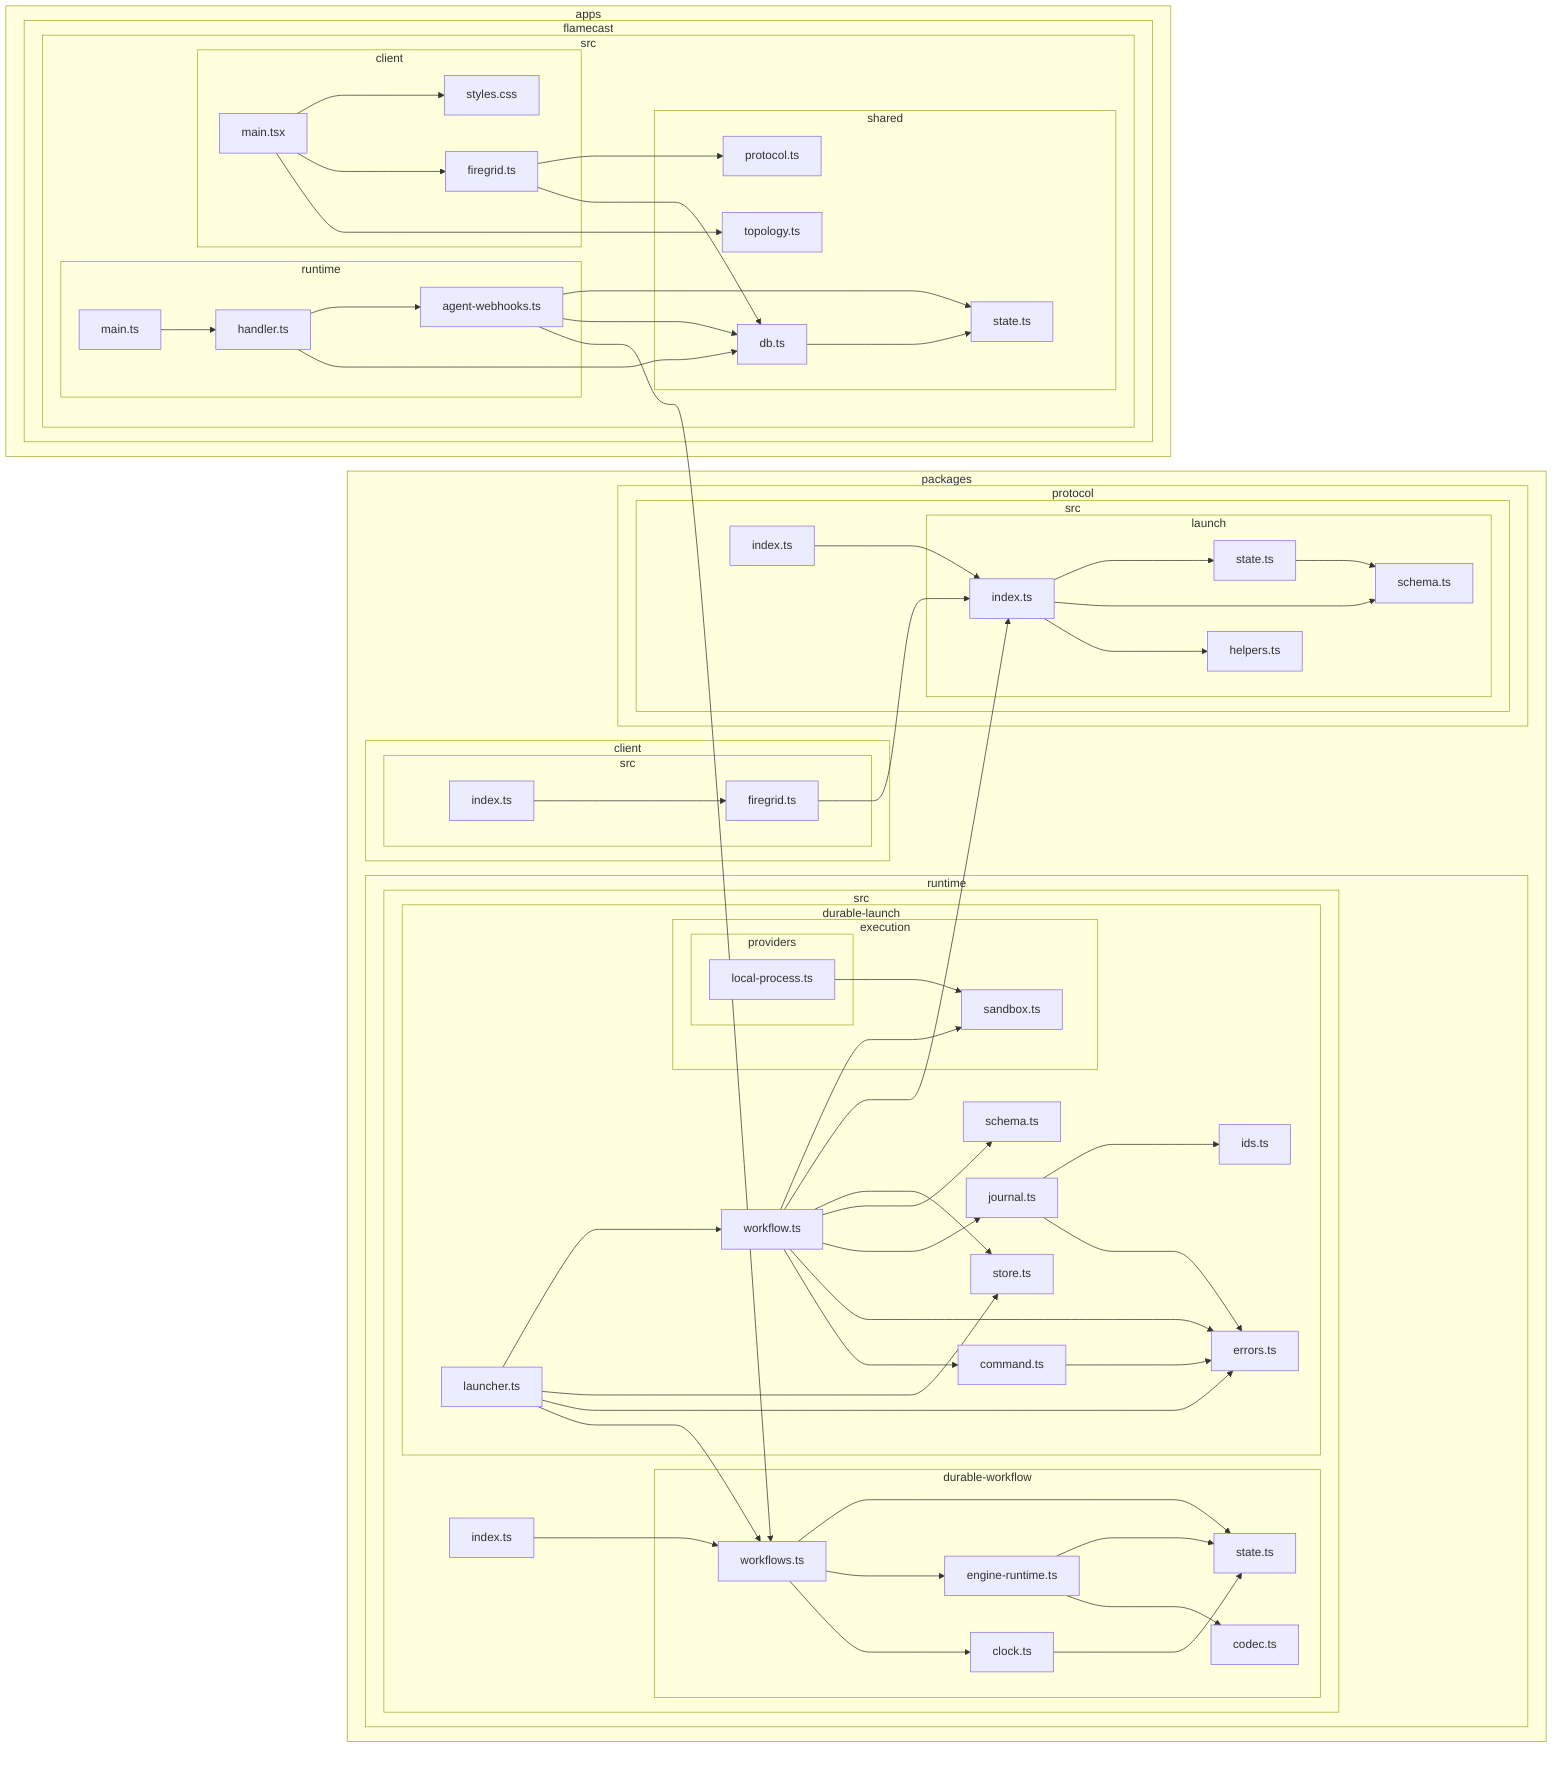
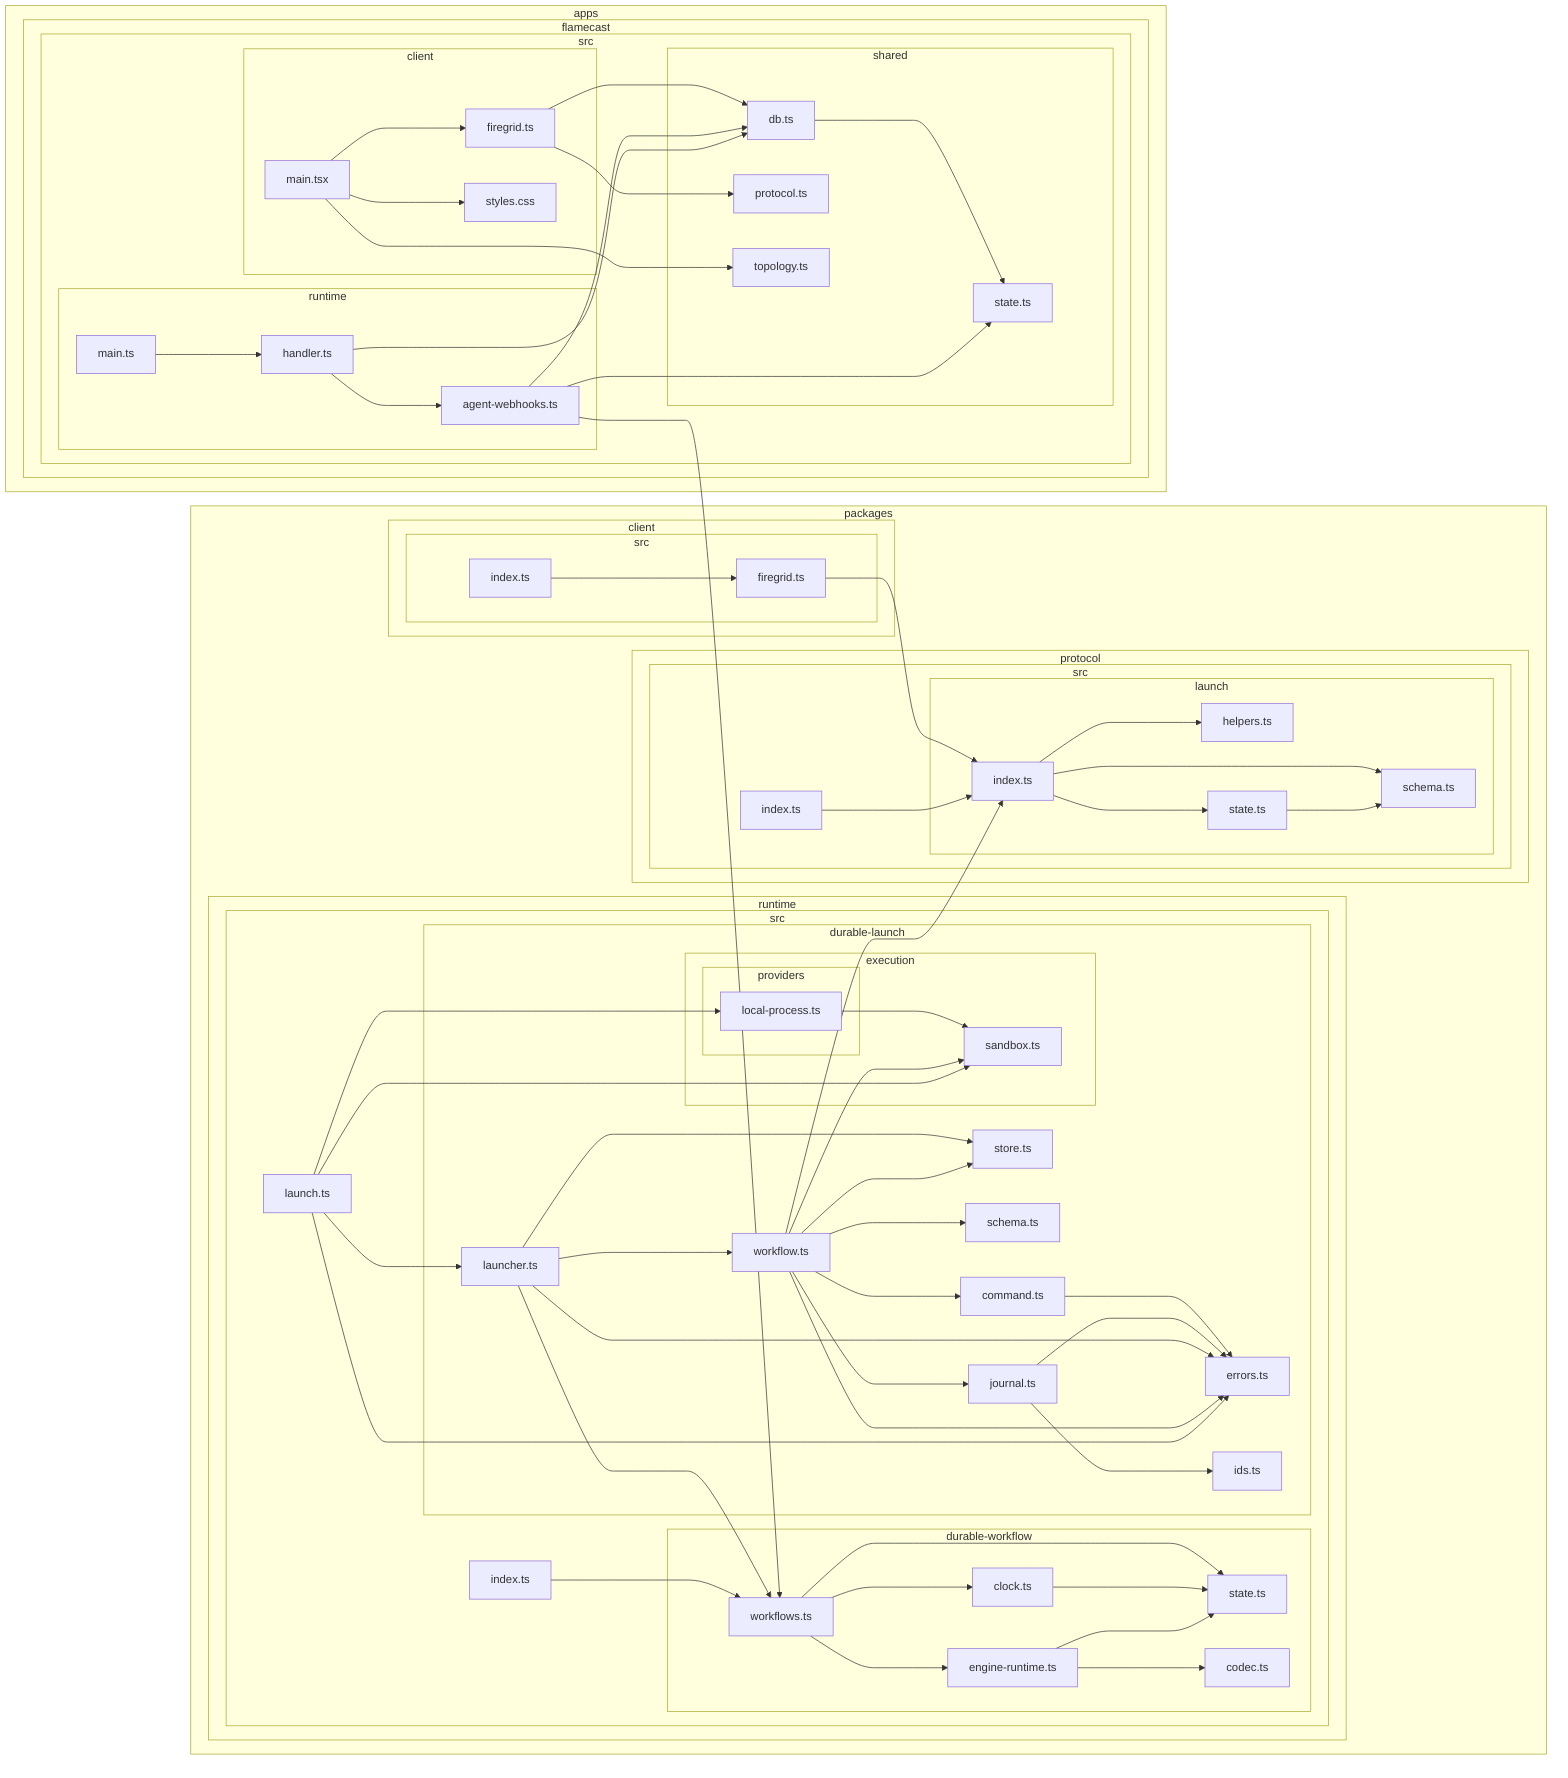
flowchart LR

subgraph 0["apps"]
subgraph 1["flamecast"]
subgraph 2["src"]
subgraph 3["client"]
4["firegrid.ts"]
9["main.tsx"]
A["styles.css"]
end
subgraph 5["shared"]
6["db.ts"]
7["state.ts"]
8["protocol.ts"]
B["topology.ts"]
end
subgraph C["runtime"]
D["agent-webhooks.ts"]
N["handler.ts"]
O["main.ts"]
end
end
end
end
subgraph E["packages"]
subgraph F["runtime"]
subgraph G["src"]
subgraph H["durable-workflow"]
I["workflows.ts"]
J["clock.ts"]
K["state.ts"]
L["engine-runtime.ts"]
M["codec.ts"]
end
subgraph 11["durable-launch"]
12["command.ts"]
13["errors.ts"]
subgraph 14["execution"]
subgraph 15["providers"]
16["local-process.ts"]
end
17["sandbox.ts"]
end
18["ids.ts"]
19["journal.ts"]
1A["launcher.ts"]
1B["store.ts"]
1C["workflow.ts"]
1D["schema.ts"]
end
1E["index.ts"]
+ 1F["launch.ts"]
end
end
subgraph P["client"]
subgraph Q["src"]
R["firegrid.ts"]
Z["index.ts"]
end
end
subgraph S["protocol"]
subgraph T["src"]
subgraph U["launch"]
V["index.ts"]
W["helpers.ts"]
X["schema.ts"]
Y["state.ts"]
end
10["index.ts"]
end
end
end
4-->6
4-->8
6-->7
9-->B
9-->4
9-->A
- D-->I
D-->6
D-->7
+ D-->I
I-->J
I-->L
I-->K
J-->K
L-->M
L-->K
N-->6
N-->D
O-->N
R-->V
V-->W
V-->X
V-->Y
Y-->X
Z-->R
10-->V
12-->13
16-->17
19-->13
19-->18
1A-->I
1A-->13
1A-->1B
1A-->1C
1C-->12
1C-->13
1C-->17
1C-->19
1C-->1D
1C-->1B
1C-->V
1E-->I
+ 1F-->13
+ 1F-->16
+ 1F-->17
+ 1F-->1A
